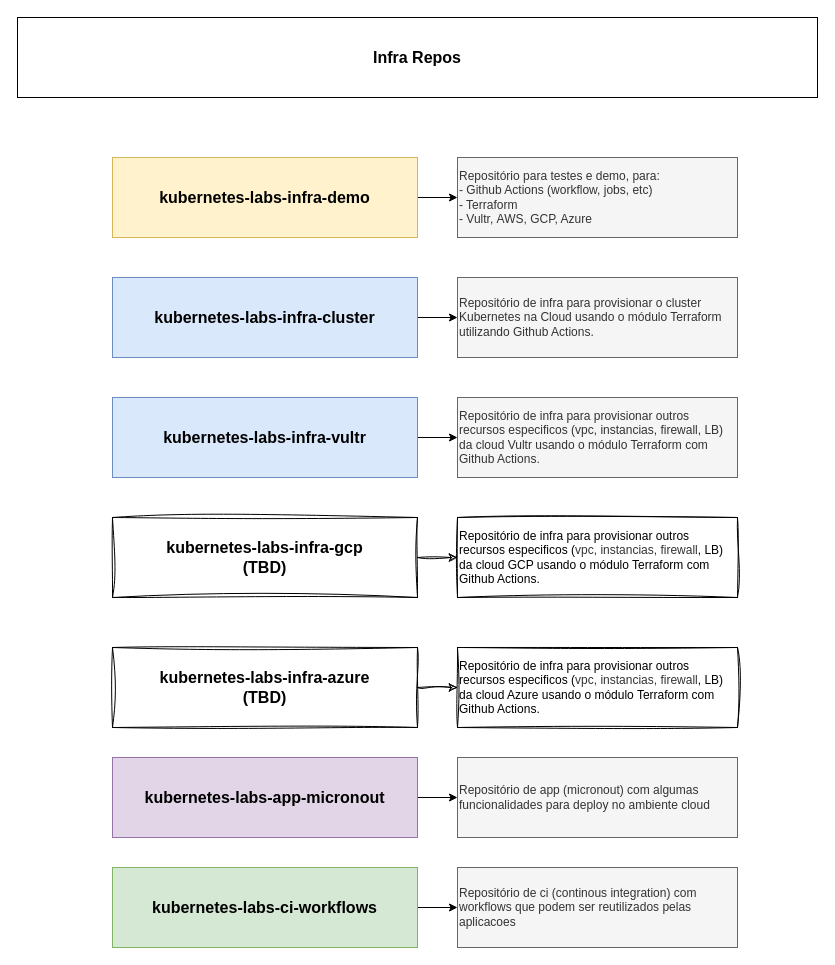
This is page "repos" (2 of 4) of drawio/arquitetura.drawio from jhegner/kubernetes-labs, a draw.io file, before an edit. Source tidied: cells renumbered, new cells numbered last; positions are measured from the earlier drawing's top-left corner, leaving out a move shared by most shapes. Both pictures are drawn from the tidied source at 100%, with x=0, y=0 at pixel (17, 17).
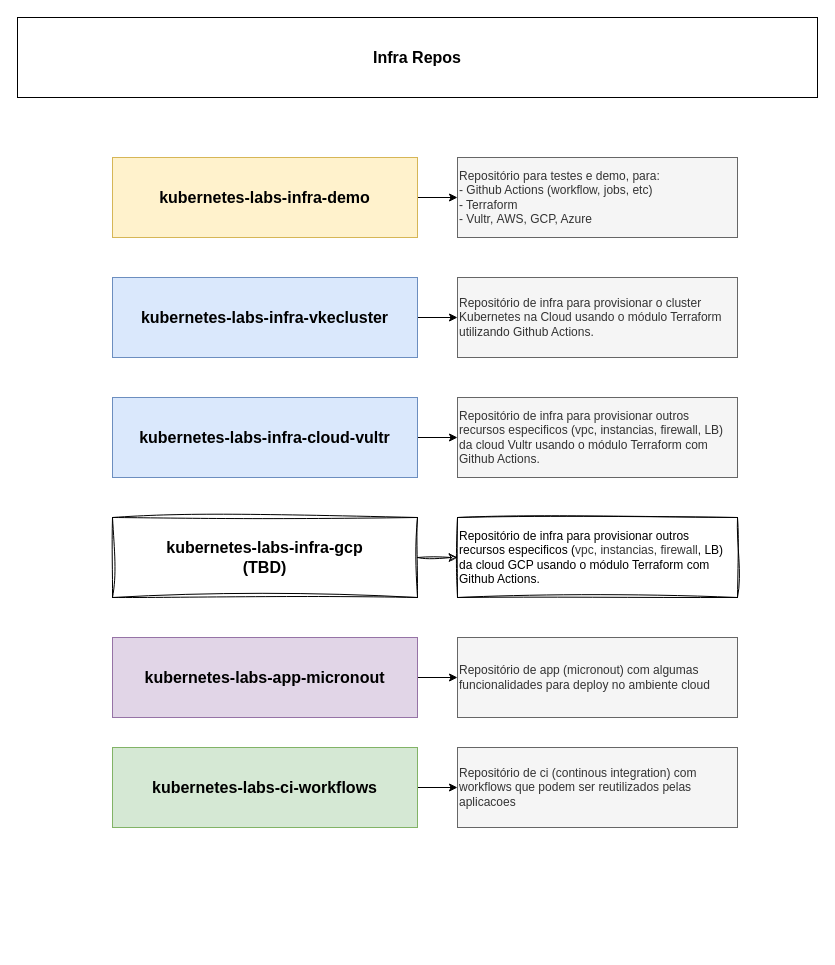
After the change.

Change to the diagram source:
```diff
@@
-    <mxCell id="6" value="&lt;span style=&quot;font-size: 16px; text-wrap-mode: nowrap;&quot;&gt;&lt;b&gt;&lt;span style=&quot;font-style: normal;&quot;&gt;kubernetes-labs-infra-cluster&lt;/span&gt;&lt;/b&gt;&lt;/span&gt;" style="whiteSpace=wrap;html=1;fontStyle=2;fillColor=#dae8fc;strokeColor=#6c8ebf;" parent="1" vertex="1">
+    <mxCell id="6" value="&lt;span style=&quot;font-size: 16px; font-style: normal; text-wrap-mode: nowrap;&quot;&gt;&lt;b&gt;kubernetes-labs-infra-vkecluster&lt;/b&gt;&lt;/span&gt;" style="whiteSpace=wrap;html=1;fontStyle=2;fillColor=#dae8fc;strokeColor=#6c8ebf;" parent="1" vertex="1">
       <mxGeometry x="95" y="260" width="305" height="80" as="geometry" />
     </mxCell>
@@
-    <mxCell id="10" value="&lt;span style=&quot;font-size: 16px; text-wrap-mode: nowrap;&quot;&gt;&lt;b&gt;&lt;span style=&quot;font-style: normal;&quot;&gt;kubernetes-labs-infra-vultr&lt;/span&gt;&lt;/b&gt;&lt;/span&gt;" style="whiteSpace=wrap;html=1;fontStyle=2;fillColor=#dae8fc;strokeColor=#6c8ebf;" parent="1" vertex="1">
+    <mxCell id="10" value="&lt;b style=&quot;font-size: 16px; text-wrap-mode: nowrap;&quot;&gt;&lt;span style=&quot;font-style: normal;&quot;&gt;kubernetes-labs-infra-cloud-vultr&lt;/span&gt;&lt;/b&gt;" style="whiteSpace=wrap;html=1;fontStyle=2;fillColor=#dae8fc;strokeColor=#6c8ebf;" parent="1" vertex="1">
       <mxGeometry x="95" y="380" width="305" height="80" as="geometry" />
     </mxCell>
@@
-    <mxCell id="15" style="edgeStyle=orthogonalEdgeStyle;rounded=0;jettySize=auto;html=1;fillColor=none;shadow=0;sketch=1;curveFitting=1;jiggle=2;" parent="1" edge="1" source="16" target="17">
-      <mxGeometry relative="1" as="geometry" />
-    </mxCell>
-    <mxCell id="16" value="&lt;span style=&quot;font-size: 16px; text-wrap-mode: nowrap;&quot;&gt;&lt;b&gt;&lt;span style=&quot;font-style: normal;&quot;&gt;kubernetes-labs-infra-azure&lt;br&gt;(TBD)&lt;/span&gt;&lt;/b&gt;&lt;/span&gt;" style="whiteSpace=wrap;html=1;fontStyle=2;fillColor=none;shadow=0;sketch=1;curveFitting=1;jiggle=2;" parent="1" vertex="1">
-      <mxGeometry x="95" y="630" width="305" height="80" as="geometry" />
-    </mxCell>
-    <mxCell id="17" value="Repositório de infra para provisionar outros recursos especificos (&lt;span style=&quot;color: rgb(51, 51, 51);&quot;&gt;vpc, instancias,&amp;nbsp;firewall&lt;/span&gt;, LB) da cloud Azure usando o módulo Terraform com Github Actions." style="whiteSpace=wrap;html=1;align=left;verticalAlign=middle;fillColor=none;shadow=0;sketch=1;curveFitting=1;jiggle=2;" parent="1" vertex="1">
-      <mxGeometry x="440" y="630" width="280" height="80" as="geometry" />
-    </mxCell>
@@
     <mxCell id="19" value="&lt;span style=&quot;font-size: 16px; text-wrap-mode: nowrap;&quot;&gt;&lt;b&gt;&lt;span style=&quot;font-style: normal;&quot;&gt;kubernetes-labs-app-micronout&lt;/span&gt;&lt;/b&gt;&lt;/span&gt;" style="whiteSpace=wrap;html=1;fontStyle=2;fillColor=#e1d5e7;strokeColor=#9673a6;" parent="1" vertex="1">
-      <mxGeometry x="95" y="740" width="305" height="80" as="geometry" />
+      <mxGeometry x="95" y="620" width="305" height="80" as="geometry" />
     </mxCell>
     <mxCell id="20" value="Repositório de app (micronout) com algumas funcionalidades para deploy no ambiente cloud" style="whiteSpace=wrap;html=1;align=left;verticalAlign=middle;fillColor=#f5f5f5;strokeColor=#666666;fontColor=#333333;" parent="1" vertex="1">
-      <mxGeometry x="440" y="740" width="280" height="80" as="geometry" />
+      <mxGeometry x="440" y="620" width="280" height="80" as="geometry" />
     </mxCell>
@@
     <mxCell id="22" value="&lt;span style=&quot;font-size: 16px; text-wrap-mode: nowrap;&quot;&gt;&lt;b&gt;&lt;span style=&quot;font-style: normal;&quot;&gt;kubernetes-labs-&lt;/span&gt;&lt;/b&gt;&lt;/span&gt;&lt;span style=&quot;font-size: 16px; font-style: normal; text-wrap-mode: nowrap;&quot;&gt;&lt;b&gt;ci-workflows&lt;/b&gt;&lt;/span&gt;" style="whiteSpace=wrap;html=1;fontStyle=2;fillColor=#d5e8d4;strokeColor=#82b366;" parent="1" vertex="1">
-      <mxGeometry x="95" y="850" width="305" height="80" as="geometry" />
+      <mxGeometry x="95" y="730" width="305" height="80" as="geometry" />
     </mxCell>
     <mxCell id="23" value="Repositório de ci (continous integration) com workflows que podem ser reutilizados pelas aplicacoes" style="whiteSpace=wrap;html=1;align=left;verticalAlign=middle;fillColor=#f5f5f5;strokeColor=#666666;fontColor=#333333;" parent="1" vertex="1">
-      <mxGeometry x="440" y="850" width="280" height="80" as="geometry" />
+      <mxGeometry x="440" y="730" width="280" height="80" as="geometry" />
     </mxCell>
```
